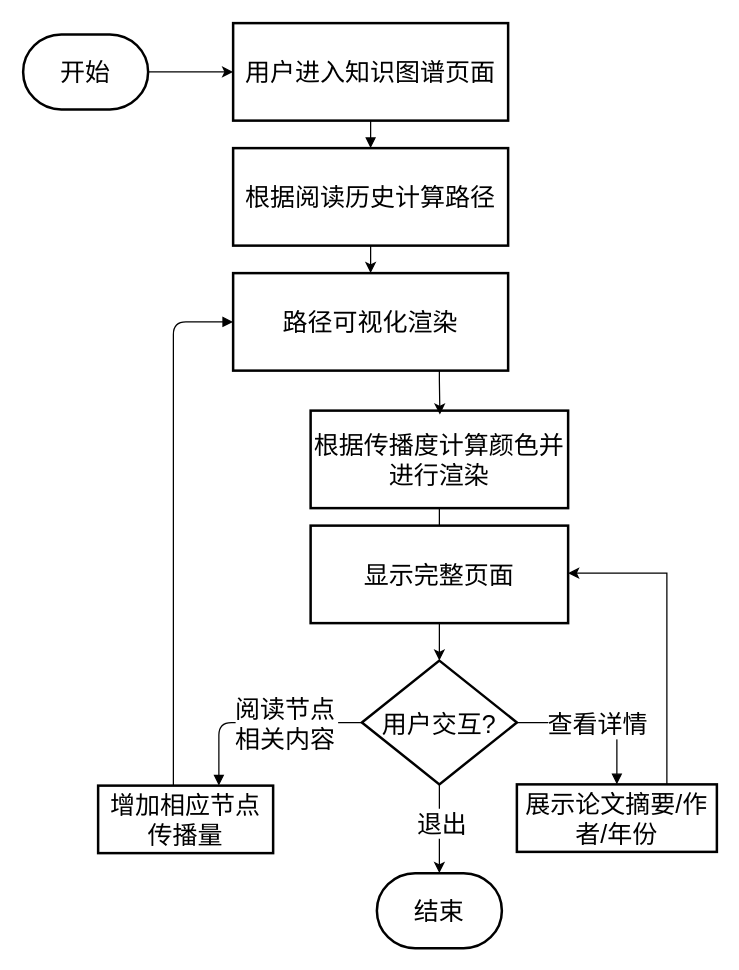
Earlier version of the draw.io diagram docs/draw/14-learning-path-BPD.drawio (this1is1i/ACSR). Source tidied: cells renumbered, new cells numbered last; positions are measured from the earlier drawing's top-left corner, leaving out a move shared by most shapes. Both pictures are drawn from the tidied source at 125%, with x=0, y=0 at pixel (22, 22).
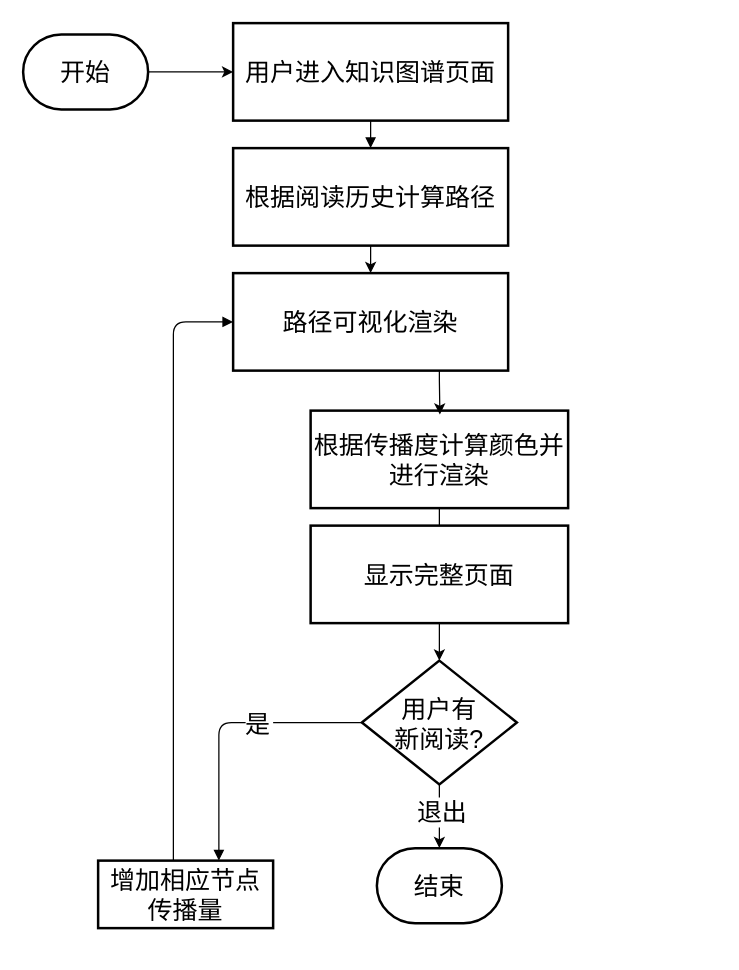
The same page after the edit.

Unchanged cells that the change refers to:
```xml
<mxCell id="22" value="显示完整页面" style="whiteSpace=wrap;strokeWidth=2;fontSize=20;fontStyle=0;" parent="1" vertex="1">
  <mxGeometry x="230" y="402" width="206" height="78" as="geometry" />
</mxCell>
```

Diff of the diagram source:
```diff
@@
-    <mxCell id="8" value="用户交互?" style="rhombus;strokeWidth=2;whiteSpace=wrap;fontSize=20;fontStyle=0;" parent="1" vertex="1">
+    <mxCell id="8" value="用户有&#10;新阅读?" style="rhombus;strokeWidth=2;whiteSpace=wrap;fontSize=20;fontStyle=0;" parent="1" vertex="1">
       <mxGeometry x="271" y="510" width="124" height="99" as="geometry" />
     </mxCell>
     <mxCell id="9" value="增加相应节点传播量" style="whiteSpace=wrap;strokeWidth=2;fontSize=20;fontStyle=0;" parent="1" vertex="1">
-      <mxGeometry x="60" y="610" width="140" height="54" as="geometry" />
+      <mxGeometry x="60" y="670" width="140" height="54" as="geometry" />
     </mxCell>
-    <mxCell id="10" style="edgeStyle=orthogonalEdgeStyle;rounded=0;jettySize=auto;html=1;exitX=0.75;exitY=0;exitDx=0;exitDy=0;" parent="1" edge="1" source="11" target="22">
-      <mxGeometry relative="1" as="geometry">
-        <Array as="points">
-          <mxPoint x="515" y="440" />
-        </Array>
-      </mxGeometry>
-    </mxCell>
-    <mxCell id="11" value="展示论文摘要/作者/年份" style="whiteSpace=wrap;strokeWidth=2;fontSize=20;fontStyle=0;" parent="1" vertex="1">
-      <mxGeometry x="395" y="609" width="160" height="54" as="geometry" />
-    </mxCell>
@@
-    <mxCell id="13" value="阅读节点&#10;相关内容" style="startArrow=none;endArrow=block;exitX=0;exitY=0.5;entryX=0.69;entryY=0;rounded=1;edgeStyle=orthogonalEdgeStyle;curved=0;exitDx=0;exitDy=0;fontSize=20;fontStyle=0;" parent="1" edge="1" source="8" target="9">
+    <mxCell id="13" value="是" style="startArrow=none;endArrow=block;exitX=0;exitY=0.5;entryX=0.69;entryY=0;rounded=1;edgeStyle=orthogonalEdgeStyle;curved=0;exitDx=0;exitDy=0;fontSize=20;fontStyle=0;" parent="1" edge="1" source="8" target="9">
       <mxGeometry x="-0.26" relative="1" as="geometry">
         <Array as="points">
           <mxPoint x="157" y="560" />
         </Array>
       </mxGeometry>
     </mxCell>
-    <mxCell id="14" value="查看详情" style="startArrow=none;endArrow=block;exitX=1;exitY=0.5;entryX=0.5;entryY=0.01;rounded=1;edgeStyle=orthogonalEdgeStyle;curved=0;exitDx=0;exitDy=0;fontSize=20;fontStyle=0;" parent="1" edge="1" source="8" target="11">
-      <mxGeometry relative="1" as="geometry" />
-    </mxCell>
@@
     <mxCell id="21" value="结束" style="strokeWidth=2;html=1;shape=mxgraph.flowchart.terminator;whiteSpace=wrap;fontSize=20;" parent="1" vertex="1">
-      <mxGeometry x="283" y="680" width="100" height="60" as="geometry" />
+      <mxGeometry x="283" y="660" width="100" height="60" as="geometry" />
     </mxCell>
```
